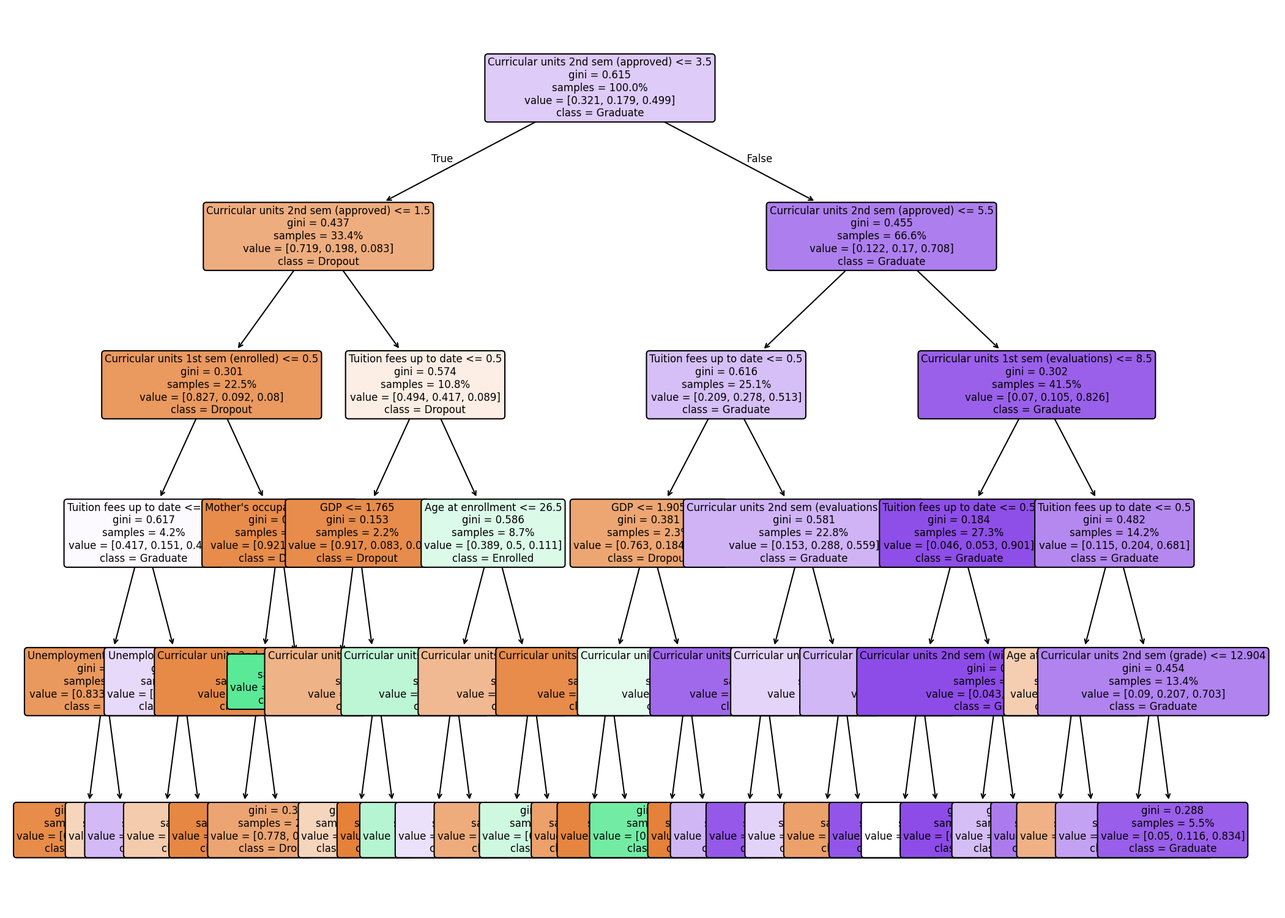
theduardomaciel/cc-ia keeps this Graphviz diagram as activity1/question3/tree.png. Above is the earlier version. Its source is kept beside it as activity1/question3/tree.dot.
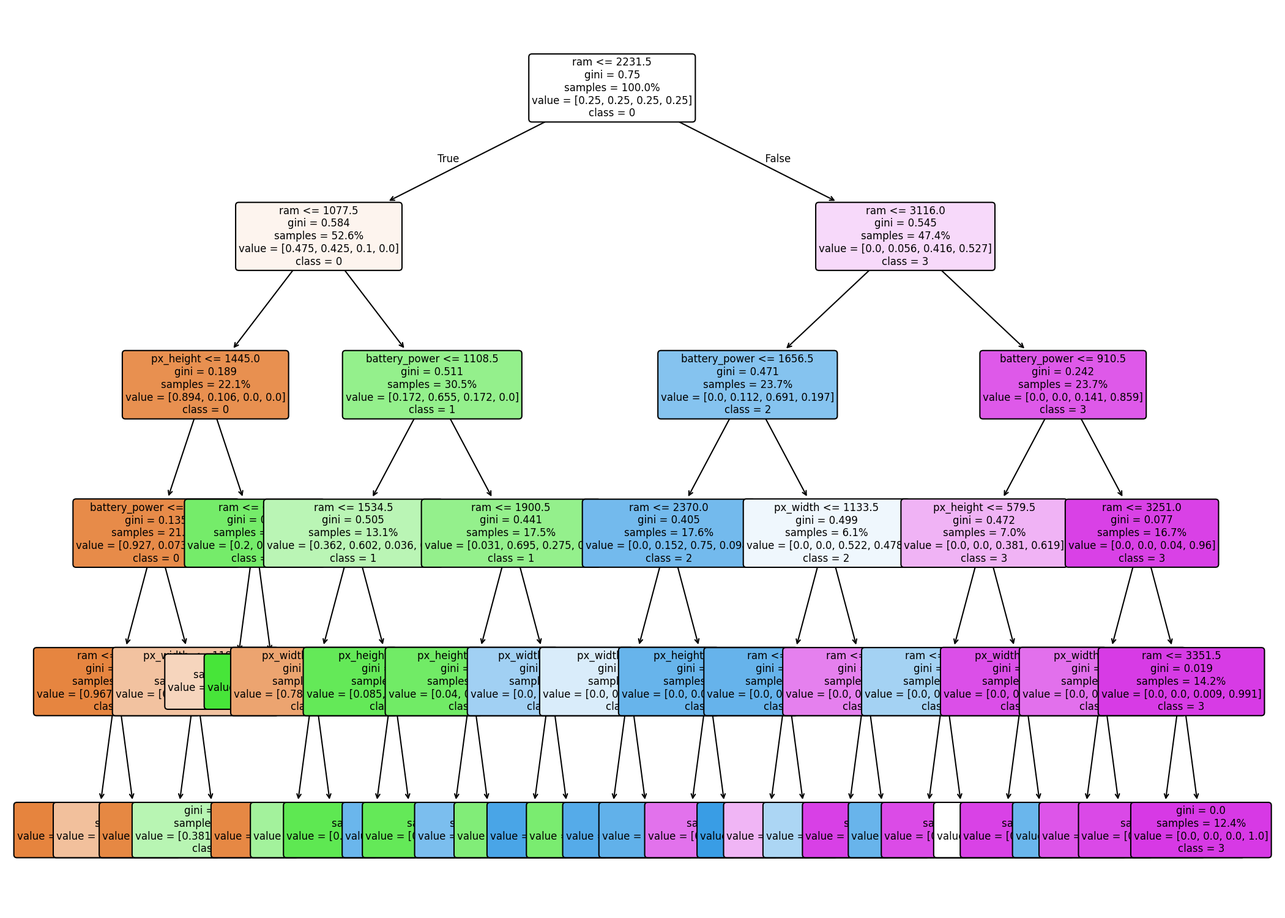
After the change.

Diff of the diagram source:
```diff
@@ -1,121 +1,121 @@
 digraph Tree {
 node [shape=box, style="filled, rounded", color="black", fontname="helvetica"] ;
 edge [fontname="helvetica"] ;
-0 [label=<Curricular units 2nd sem (approved) &le; 3.5<br/>gini = 0.615<br/>samples = 3318<br/>value = [1066, 595, 1657]<br/>class = Graduate>, fillcolor="#decbf8"] ;
-1 [label=<Curricular units 2nd sem (approved) &le; 1.5<br/>gini = 0.437<br/>samples = 1107<br/>value = [796, 219, 92]<br/>class = Dropout>, fillcolor="#eead7e"] ;
+0 [label=<ram &le; 2231.5<br/>gini = 0.75<br/>samples = 1500<br/>value = [375, 375, 375, 375]<br/>class = 0>, fillcolor="#ffffff"] ;
+1 [label=<ram &le; 1077.5<br/>gini = 0.584<br/>samples = 789<br/>value = [375, 335, 79, 0]<br/>class = 0>, fillcolor="#fdf4ee"] ;
 0 -> 1 [labeldistance=2.5, labelangle=45, headlabel="True"] ;
-2 [label=<Curricular units 1st sem (enrolled) &le; 0.5<br/>gini = 0.301<br/>samples = 747<br/>value = [618, 69, 60]<br/>class = Dropout>, fillcolor="#ea995f"] ;
+2 [label=<px_height &le; 1445.0<br/>gini = 0.189<br/>samples = 331<br/>value = [296, 35, 0, 0]<br/>class = 0>, fillcolor="#e89050"] ;
 1 -> 2 ;
-3 [label=<Tuition fees up to date &le; 0.5<br/>gini = 0.617<br/>samples = 139<br/>value = [58, 21, 60]<br/>class = Graduate>, fillcolor="#fcfafe"] ;
+3 [label=<battery_power &le; 1816.5<br/>gini = 0.135<br/>samples = 316<br/>value = [293, 23, 0, 0]<br/>class = 0>, fillcolor="#e78b49"] ;
 2 -> 3 ;
-4 [label=<Unemployment rate &le; 12.55<br/>gini = 0.29<br/>samples = 18<br/>value = [15, 1, 2]<br/>class = Dropout>, fillcolor="#ea995e"] ;
+4 [label=<ram &le; 1052.5<br/>gini = 0.063<br/>samples = 275<br/>value = [266, 9, 0, 0]<br/>class = 0>, fillcolor="#e68540"] ;
 3 -> 4 ;
-5 [label=<gini = 0.142<br/>samples = 13<br/>value = [12, 1, 0]<br/>class = Dropout>, fillcolor="#e78c49"] ;
+5 [label=<gini = 0.044<br/>samples = 266<br/>value = [260, 6, 0, 0]<br/>class = 0>, fillcolor="#e6843e"] ;
 4 -> 5 ;
-6 [label=<gini = 0.48<br/>samples = 5<br/>value = [3, 0, 2]<br/>class = Dropout>, fillcolor="#f6d5bd"] ;
+6 [label=<gini = 0.444<br/>samples = 9<br/>value = [6, 3, 0, 0]<br/>class = 0>, fillcolor="#f2c09c"] ;
 4 -> 6 ;
-7 [label=<Unemployment rate &le; 14.7<br/>gini = 0.617<br/>samples = 121<br/>value = [43, 20, 58]<br/>class = Graduate>, fillcolor="#e7d9fa"] ;
+7 [label=<px_width &le; 1180.0<br/>gini = 0.45<br/>samples = 41<br/>value = [27.0, 14.0, 0.0, 0.0]<br/>class = 0>, fillcolor="#f2c2a0"] ;
 3 -> 7 ;
-8 [label=<gini = 0.582<br/>samples = 98<br/>value = [30.0, 14.0, 54.0]<br/>class = Graduate>, fillcolor="#d3b9f6"] ;
+8 [label=<gini = 0.095<br/>samples = 20<br/>value = [19, 1, 0, 0]<br/>class = 0>, fillcolor="#e68843"] ;
 7 -> 8 ;
-9 [label=<gini = 0.582<br/>samples = 23<br/>value = [13.0, 6.0, 4.0]<br/>class = Dropout>, fillcolor="#f4cbad"] ;
+9 [label=<gini = 0.472<br/>samples = 21<br/>value = [8, 13, 0, 0]<br/>class = 1>, fillcolor="#b8f5b3"] ;
 7 -> 9 ;
-10 [label=<Mother's occupation &le; 16.0<br/>gini = 0.145<br/>samples = 608<br/>value = [560, 48, 0]<br/>class = Dropout>, fillcolor="#e78c4a"] ;
+10 [label=<ram &le; 632.5<br/>gini = 0.32<br/>samples = 15<br/>value = [3, 12, 0, 0]<br/>class = 1>, fillcolor="#75ec6a"] ;
 2 -> 10 ;
-11 [label=<Curricular units 2nd sem (grade) &le; 5.0<br/>gini = 0.13<br/>samples = 601<br/>value = [559.0, 42.0, 0.0]<br/>class = Dropout>, fillcolor="#e78a48"] ;
+11 [label=<gini = 0.48<br/>samples = 5<br/>value = [3, 2, 0, 0]<br/>class = 0>, fillcolor="#f6d5bd"] ;
 10 -> 11 ;
-12 [label=<gini = 0.088<br/>samples = 520<br/>value = [496, 24, 0]<br/>class = Dropout>, fillcolor="#e68743"] ;
-11 -> 12 ;
-13 [label=<gini = 0.346<br/>samples = 81<br/>value = [63, 18, 0]<br/>class = Dropout>, fillcolor="#eca572"] ;
-11 -> 13 ;
-14 [label=<gini = 0.245<br/>samples = 7<br/>value = [1, 6, 0]<br/>class = Enrolled>, fillcolor="#5ae996"] ;
-10 -> 14 ;
-15 [label=<Tuition fees up to date &le; 0.5<br/>gini = 0.574<br/>samples = 360<br/>value = [178, 150, 32]<br/>class = Dropout>, fillcolor="#fceee5"] ;
-1 -> 15 ;
-16 [label=<GDP &le; 1.765<br/>gini = 0.153<br/>samples = 72<br/>value = [66, 6, 0]<br/>class = Dropout>, fillcolor="#e78c4b"] ;
+12 [label=<gini = 0.0<br/>samples = 10<br/>value = [0, 10, 0, 0]<br/>class = 1>, fillcolor="#47e539"] ;
+10 -> 12 ;
+13 [label=<battery_power &le; 1108.5<br/>gini = 0.511<br/>samples = 458<br/>value = [79, 300, 79, 0]<br/>class = 1>, fillcolor="#94f08c"] ;
+1 -> 13 ;
+14 [label=<ram &le; 1534.5<br/>gini = 0.505<br/>samples = 196<br/>value = [71, 118, 7, 0]<br/>class = 1>, fillcolor="#baf5b5"] ;
+13 -> 14 ;
+15 [label=<px_width &le; 1488.5<br/>gini = 0.341<br/>samples = 78<br/>value = [61, 17, 0, 0]<br/>class = 0>, fillcolor="#eca470"] ;
+14 -> 15 ;
+16 [label=<gini = 0.1<br/>samples = 57<br/>value = [54, 3, 0, 0]<br/>class = 0>, fillcolor="#e68844"] ;
 15 -> 16 ;
-17 [label=<gini = 0.0<br/>samples = 51<br/>value = [51, 0, 0]<br/>class = Dropout>, fillcolor="#e58139"] ;
-16 -> 17 ;
-18 [label=<Curricular units 2nd sem (credited) &le; 1.5<br/>gini = 0.408<br/>samples = 21<br/>value = [15, 6, 0]<br/>class = Dropout>, fillcolor="#efb388"] ;
-16 -> 18 ;
-19 [label=<gini = 0.48<br/>samples = 15<br/>value = [9, 6, 0]<br/>class = Dropout>, fillcolor="#f6d5bd"] ;
+17 [label=<gini = 0.444<br/>samples = 21<br/>value = [7, 14, 0, 0]<br/>class = 1>, fillcolor="#a3f29c"] ;
+15 -> 17 ;
+18 [label=<px_height &le; 1438.0<br/>gini = 0.257<br/>samples = 118<br/>value = [10, 101, 7, 0]<br/>class = 1>, fillcolor="#64e958"] ;
+14 -> 18 ;
+19 [label=<gini = 0.208<br/>samples = 113<br/>value = [10, 100, 3, 0]<br/>class = 1>, fillcolor="#5ee852"] ;
 18 -> 19 ;
-20 [label=<gini = 0.0<br/>samples = 6<br/>value = [6, 0, 0]<br/>class = Dropout>, fillcolor="#e58139"] ;
+20 [label=<gini = 0.32<br/>samples = 5<br/>value = [0, 1, 4, 0]<br/>class = 2>, fillcolor="#6ab6ec"] ;
 18 -> 20 ;
-21 [label=<Age at enrollment &le; 26.5<br/>gini = 0.586<br/>samples = 288<br/>value = [112, 144, 32]<br/>class = Enrolled>, fillcolor="#dbfae8"] ;
-15 -> 21 ;
-22 [label=<Curricular units 1st sem (approved) &le; 5.5<br/>gini = 0.564<br/>samples = 240<br/>value = [81, 134, 25]<br/>class = Enrolled>, fillcolor="#bdf6d5"] ;
+21 [label=<ram &le; 1900.5<br/>gini = 0.441<br/>samples = 262<br/>value = [8, 182, 72, 0]<br/>class = 1>, fillcolor="#94f08c"] ;
+13 -> 21 ;
+22 [label=<px_height &le; 1535.5<br/>gini = 0.322<br/>samples = 198<br/>value = [8, 160, 30, 0]<br/>class = 1>, fillcolor="#71eb66"] ;
 21 -> 22 ;
-23 [label=<gini = 0.524<br/>samples = 210<br/>value = [74, 124, 12]<br/>class = Enrolled>, fillcolor="#b6f5d1"] ;
+23 [label=<gini = 0.254<br/>samples = 182<br/>value = [8, 156, 18, 0]<br/>class = 1>, fillcolor="#64e958"] ;
 22 -> 23 ;
-24 [label=<gini = 0.647<br/>samples = 30<br/>value = [7, 10, 13]<br/>class = Graduate>, fillcolor="#ece1fb"] ;
+24 [label=<gini = 0.375<br/>samples = 16<br/>value = [0, 4, 12, 0]<br/>class = 2>, fillcolor="#7bbeee"] ;
 22 -> 24 ;
-25 [label=<Curricular units 1st sem (grade) &le; 12.833<br/>gini = 0.518<br/>samples = 48<br/>value = [31, 10, 7]<br/>class = Dropout>, fillcolor="#f1b992"] ;
+25 [label=<px_width &le; 1069.0<br/>gini = 0.451<br/>samples = 64<br/>value = [0, 22, 42, 0]<br/>class = 2>, fillcolor="#a1d0f3"] ;
 21 -> 25 ;
-26 [label=<gini = 0.448<br/>samples = 42<br/>value = [30, 7, 5]<br/>class = Dropout>, fillcolor="#eeac7d"] ;
+26 [label=<gini = 0.365<br/>samples = 25<br/>value = [0, 19, 6, 0]<br/>class = 1>, fillcolor="#81ed78"] ;
 25 -> 26 ;
-27 [label=<gini = 0.611<br/>samples = 6<br/>value = [1, 3, 2]<br/>class = Enrolled>, fillcolor="#cef8e0"] ;
+27 [label=<gini = 0.142<br/>samples = 39<br/>value = [0, 3, 36, 0]<br/>class = 2>, fillcolor="#49a5e7"] ;
 25 -> 27 ;
-28 [label=<Curricular units 2nd sem (approved) &le; 5.5<br/>gini = 0.455<br/>samples = 2211<br/>value = [270, 376, 1565]<br/>class = Graduate>, fillcolor="#ad7fee"] ;
+28 [label=<ram &le; 3116.0<br/>gini = 0.545<br/>samples = 711<br/>value = [0, 40, 296, 375]<br/>class = 3>, fillcolor="#f7d9fa"] ;
 0 -> 28 [labeldistance=2.5, labelangle=-45, headlabel="False"] ;
-29 [label=<Tuition fees up to date &le; 0.5<br/>gini = 0.616<br/>samples = 834<br/>value = [174, 232, 428]<br/>class = Graduate>, fillcolor="#d6bff7"] ;
+29 [label=<battery_power &le; 1656.5<br/>gini = 0.471<br/>samples = 356<br/>value = [0, 40, 246, 70]<br/>class = 2>, fillcolor="#85c3ef"] ;
 28 -> 29 ;
-30 [label=<GDP &le; 1.905<br/>gini = 0.381<br/>samples = 76<br/>value = [58, 14, 4]<br/>class = Dropout>, fillcolor="#eda672"] ;
+30 [label=<ram &le; 2370.0<br/>gini = 0.405<br/>samples = 264<br/>value = [0, 40, 198, 26]<br/>class = 2>, fillcolor="#73baed"] ;
 29 -> 30 ;
-31 [label=<Curricular units 1st sem (grade) &le; 11.528<br/>gini = 0.147<br/>samples = 51<br/>value = [47, 1, 3]<br/>class = Dropout>, fillcolor="#e78c4a"] ;
+31 [label=<px_width &le; 1175.0<br/>gini = 0.515<br/>samples = 46<br/>value = [0, 20, 25, 1]<br/>class = 2>, fillcolor="#d9ecfa"] ;
 30 -> 31 ;
-32 [label=<gini = 0.32<br/>samples = 15<br/>value = [12, 0, 3]<br/>class = Dropout>, fillcolor="#eca06a"] ;
+32 [label=<gini = 0.34<br/>samples = 23<br/>value = [0, 18, 5, 0]<br/>class = 1>, fillcolor="#7aec70"] ;
 31 -> 32 ;
-33 [label=<gini = 0.054<br/>samples = 36<br/>value = [35, 1, 0]<br/>class = Dropout>, fillcolor="#e6853f"] ;
+33 [label=<gini = 0.234<br/>samples = 23<br/>value = [0, 2, 20, 1]<br/>class = 2>, fillcolor="#55abe9"] ;
 31 -> 33 ;
-34 [label=<Curricular units 1st sem (enrolled) &le; 6.5<br/>gini = 0.534<br/>samples = 25<br/>value = [11, 13, 1]<br/>class = Enrolled>, fillcolor="#e3fbed"] ;
+34 [label=<px_height &le; 1505.0<br/>gini = 0.349<br/>samples = 218<br/>value = [0, 20, 173, 25]<br/>class = 2>, fillcolor="#67b4eb"] ;
 30 -> 34 ;
-35 [label=<gini = 0.381<br/>samples = 17<br/>value = [3, 13, 1]<br/>class = Enrolled>, fillcolor="#72eca5"] ;
+35 [label=<gini = 0.314<br/>samples = 209<br/>value = [0, 20, 171, 18]<br/>class = 2>, fillcolor="#61b1ea"] ;
 34 -> 35 ;
-36 [label=<gini = 0.0<br/>samples = 8<br/>value = [8, 0, 0]<br/>class = Dropout>, fillcolor="#e58139"] ;
+36 [label=<gini = 0.346<br/>samples = 9<br/>value = [0, 0, 2, 7]<br/>class = 3>, fillcolor="#e272ec"] ;
 34 -> 36 ;
-37 [label=<Curricular units 2nd sem (evaluations) &le; 6.5<br/>gini = 0.581<br/>samples = 758<br/>value = [116, 218, 424]<br/>class = Graduate>, fillcolor="#cfb3f5"] ;
+37 [label=<px_width &le; 1133.5<br/>gini = 0.499<br/>samples = 92<br/>value = [0, 0, 48, 44]<br/>class = 2>, fillcolor="#eff7fd"] ;
 29 -> 37 ;
-38 [label=<Curricular units 2nd sem (approved) &le; 4.5<br/>gini = 0.355<br/>samples = 189<br/>value = [15, 25, 149]<br/>class = Graduate>, fillcolor="#a069eb"] ;
+38 [label=<ram &le; 2859.5<br/>gini = 0.303<br/>samples = 43<br/>value = [0, 0, 35, 8]<br/>class = 2>, fillcolor="#66b3eb"] ;
 37 -> 38 ;
-39 [label=<gini = 0.578<br/>samples = 43<br/>value = [6, 13, 24]<br/>class = Graduate>, fillcolor="#d1b6f5"] ;
+39 [label=<gini = 0.0<br/>samples = 30<br/>value = [0, 0, 30, 0]<br/>class = 2>, fillcolor="#399de5"] ;
 38 -> 39 ;
-40 [label=<gini = 0.256<br/>samples = 146<br/>value = [9, 12, 125]<br/>class = Graduate>, fillcolor="#9558e9"] ;
+40 [label=<gini = 0.473<br/>samples = 13<br/>value = [0, 0, 5, 8]<br/>class = 3>, fillcolor="#f0b5f5"] ;
 38 -> 40 ;
-41 [label=<Curricular units 2nd sem (credited) &le; 2.5<br/>gini = 0.62<br/>samples = 569<br/>value = [101, 193, 275]<br/>class = Graduate>, fillcolor="#e4d4f9"] ;
+41 [label=<ram &le; 2494.5<br/>gini = 0.39<br/>samples = 49<br/>value = [0, 0, 13, 36]<br/>class = 3>, fillcolor="#e580ee"] ;
 37 -> 41 ;
-42 [label=<gini = 0.609<br/>samples = 550<br/>value = [86.0, 192.0, 272.0]<br/>class = Graduate>, fillcolor="#e3d3f9"] ;
+42 [label=<gini = 0.465<br/>samples = 19<br/>value = [0, 0, 12, 7]<br/>class = 2>, fillcolor="#acd6f4"] ;
 41 -> 42 ;
-43 [label=<gini = 0.349<br/>samples = 19<br/>value = [15, 1, 3]<br/>class = Dropout>, fillcolor="#eca06a"] ;
+43 [label=<gini = 0.064<br/>samples = 30<br/>value = [0, 0, 1, 29]<br/>class = 3>, fillcolor="#d840e6"] ;
 41 -> 43 ;
-44 [label=<Curricular units 1st sem (evaluations) &le; 8.5<br/>gini = 0.302<br/>samples = 1377<br/>value = [96.0, 144.0, 1137.0]<br/>class = Graduate>, fillcolor="#9a60ea"] ;
+44 [label=<battery_power &le; 910.5<br/>gini = 0.242<br/>samples = 355<br/>value = [0, 0, 50, 305]<br/>class = 3>, fillcolor="#de59e9"] ;
 28 -> 44 ;
-45 [label=<Tuition fees up to date &le; 0.5<br/>gini = 0.184<br/>samples = 907<br/>value = [42, 48, 817]<br/>class = Graduate>, fillcolor="#8e4ee8"] ;
+45 [label=<px_height &le; 579.5<br/>gini = 0.472<br/>samples = 105<br/>value = [0, 0, 40, 65]<br/>class = 3>, fillcolor="#f0b3f5"] ;
 44 -> 45 ;
-46 [label=<Curricular units 2nd sem (evaluations) &le; 7.5<br/>gini = 0.604<br/>samples = 15<br/>value = [4, 3, 8]<br/>class = Graduate>, fillcolor="#d1b7f6"] ;
+46 [label=<ram &le; 3818.0<br/>gini = 0.456<br/>samples = 54<br/>value = [0, 0, 35, 19]<br/>class = 2>, fillcolor="#a4d2f3"] ;
 45 -> 46 ;
-47 [label=<gini = 0.219<br/>samples = 8<br/>value = [1, 0, 7]<br/>class = Graduate>, fillcolor="#9355e9"] ;
+47 [label=<gini = 0.308<br/>samples = 42<br/>value = [0, 0, 34, 8]<br/>class = 2>, fillcolor="#68b4eb"] ;
 46 -> 47 ;
-48 [label=<gini = 0.612<br/>samples = 7<br/>value = [3, 3, 1]<br/>class = Dropout>, fillcolor="#ffffff"] ;
+48 [label=<gini = 0.153<br/>samples = 12<br/>value = [0, 0, 1, 11]<br/>class = 3>, fillcolor="#db4be7"] ;
 46 -> 48 ;
-49 [label=<Curricular units 2nd sem (without evaluations) &le; 0.5<br/>gini = 0.173<br/>samples = 892<br/>value = [38, 45, 809]<br/>class = Graduate>, fillcolor="#8d4ce8"] ;
+49 [label=<px_width &le; 973.5<br/>gini = 0.177<br/>samples = 51<br/>value = [0, 0, 5, 46]<br/>class = 3>, fillcolor="#db4fe8"] ;
 45 -> 49 ;
-50 [label=<gini = 0.167<br/>samples = 884<br/>value = [36, 43, 805]<br/>class = Graduate>, fillcolor="#8d4ce7"] ;
+50 [label=<gini = 0.5<br/>samples = 6<br/>value = [0, 0, 3, 3]<br/>class = 2>, fillcolor="#ffffff"] ;
 49 -> 50 ;
-51 [label=<gini = 0.625<br/>samples = 8<br/>value = [2, 2, 4]<br/>class = Graduate>, fillcolor="#d5bdf6"] ;
+51 [label=<gini = 0.085<br/>samples = 45<br/>value = [0, 0, 2, 43]<br/>class = 3>, fillcolor="#d942e6"] ;
 49 -> 51 ;
-52 [label=<Tuition fees up to date &le; 0.5<br/>gini = 0.482<br/>samples = 470<br/>value = [54, 96, 320]<br/>class = Graduate>, fillcolor="#b488ef"] ;
+52 [label=<ram &le; 3251.0<br/>gini = 0.077<br/>samples = 250<br/>value = [0, 0, 10, 240]<br/>class = 3>, fillcolor="#d941e6"] ;
 44 -> 52 ;
-53 [label=<Age at enrollment &le; 21.0<br/>gini = 0.582<br/>samples = 25<br/>value = [14.0, 4.0, 7.0]<br/>class = Dropout>, fillcolor="#f5ceb2"] ;
+53 [label=<px_width &le; 678.0<br/>gini = 0.339<br/>samples = 37<br/>value = [0, 0, 8, 29]<br/>class = 3>, fillcolor="#e270ec"] ;
 52 -> 53 ;
-54 [label=<gini = 0.375<br/>samples = 8<br/>value = [2, 0, 6]<br/>class = Graduate>, fillcolor="#ab7bee"] ;
+54 [label=<gini = 0.32<br/>samples = 5<br/>value = [0, 0, 4, 1]<br/>class = 2>, fillcolor="#6ab6ec"] ;
 53 -> 54 ;
-55 [label=<gini = 0.443<br/>samples = 17<br/>value = [12, 4, 1]<br/>class = Dropout>, fillcolor="#efb185"] ;
+55 [label=<gini = 0.219<br/>samples = 32<br/>value = [0, 0, 4, 28]<br/>class = 3>, fillcolor="#dd55e9"] ;
 53 -> 55 ;
-56 [label=<Curricular units 2nd sem (grade) &le; 12.904<br/>gini = 0.454<br/>samples = 445<br/>value = [40, 92, 313]<br/>class = Graduate>, fillcolor="#b083ef"] ;
+56 [label=<ram &le; 3351.5<br/>gini = 0.019<br/>samples = 213<br/>value = [0, 0, 2, 211]<br/>class = 3>, fillcolor="#d73be5"] ;
 52 -> 56 ;
-57 [label=<gini = 0.537<br/>samples = 264<br/>value = [31, 71, 162]<br/>class = Graduate>, fillcolor="#c4a2f3"] ;
+57 [label=<gini = 0.137<br/>samples = 27<br/>value = [0, 0, 2, 25]<br/>class = 3>, fillcolor="#da49e7"] ;
 56 -> 57 ;
-58 [label=<gini = 0.288<br/>samples = 181<br/>value = [9, 21, 151]<br/>class = Graduate>, fillcolor="#995eea"] ;
+58 [label=<gini = 0.0<br/>samples = 186<br/>value = [0, 0, 0, 186]<br/>class = 3>, fillcolor="#d739e5"] ;
 56 -> 58 ;
 }
```
